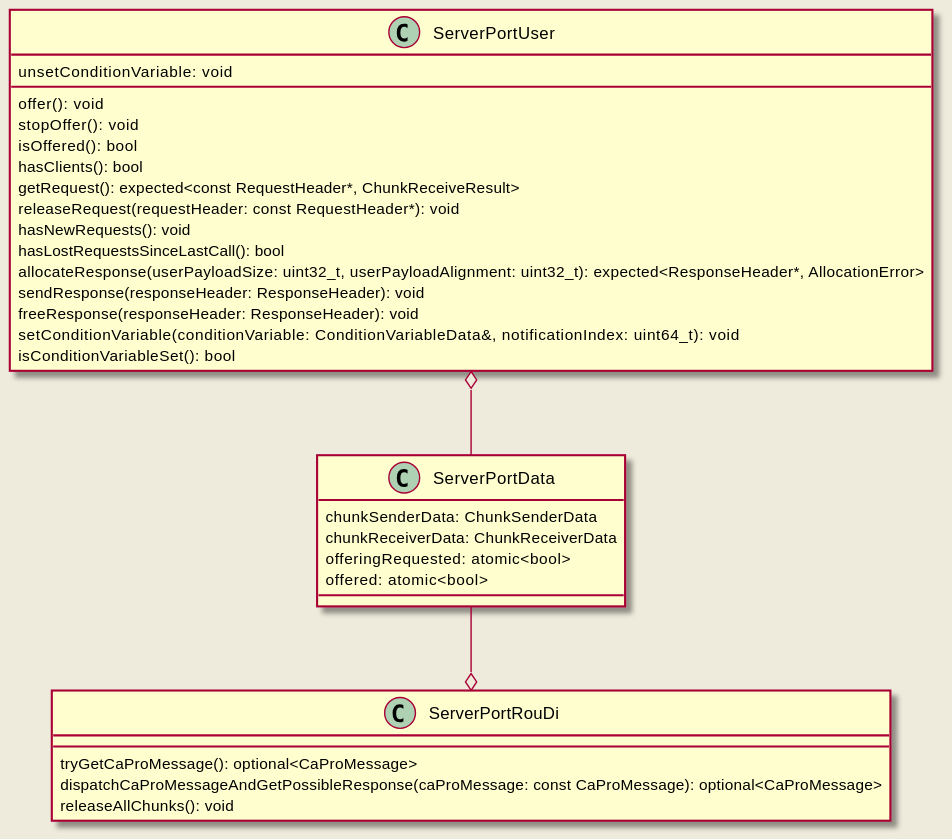
eclipse-iceoryx/iceoryx keeps this PlantUML diagram as doc/design/diagrams/request_response/server_port.svg. Above is the earlier version. Its source is kept beside it as doc/design/diagrams/request_response/server_port.puml.
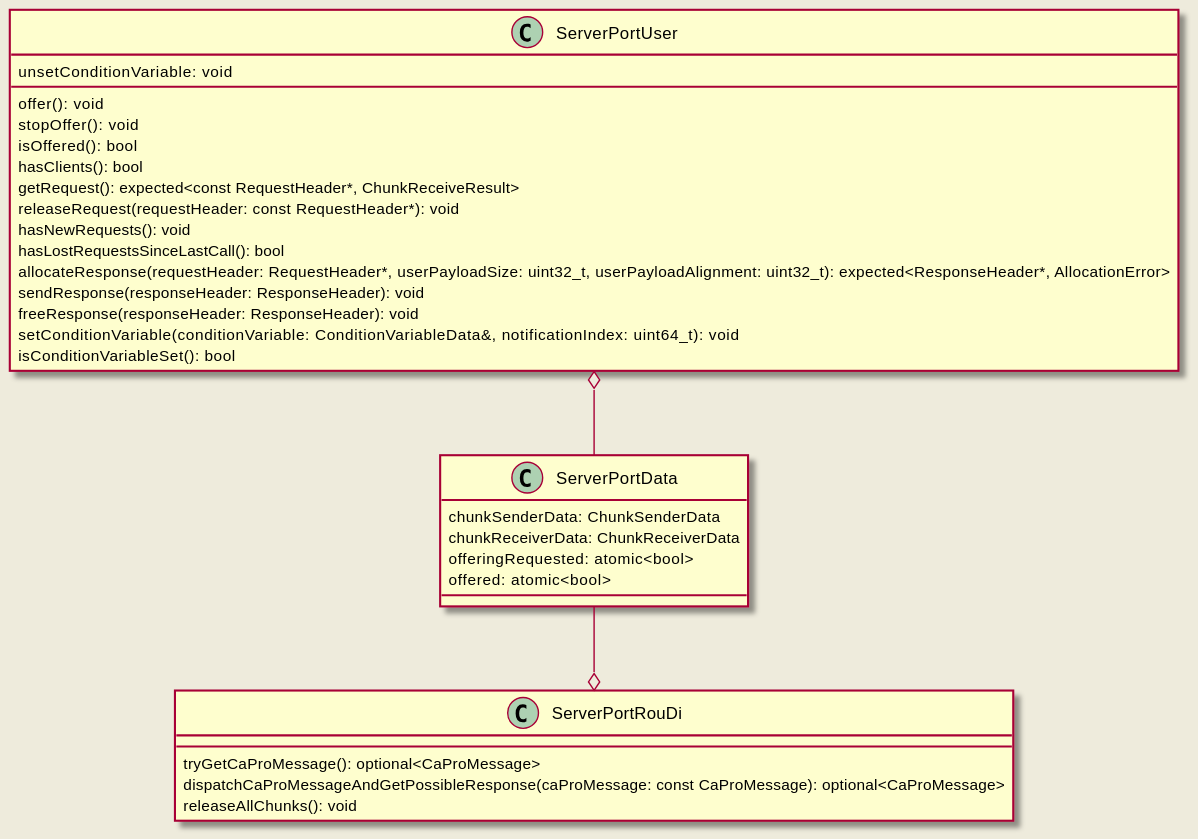
Later version of the same file.

Diff of the diagram source:
```diff
@@ -17,7 +17,7 @@
   releaseRequest(requestHeader: const RequestHeader*): void
   hasNewRequests(): void
   hasLostRequestsSinceLastCall(): bool
-  allocateResponse(userPayloadSize: uint32_t, userPayloadAlignment: uint32_t): expected<ResponseHeader*, AllocationError>
+  allocateResponse(requestHeader: RequestHeader*, userPayloadSize: uint32_t, userPayloadAlignment: uint32_t): expected<ResponseHeader*, AllocationError>
   sendResponse(responseHeader: ResponseHeader): void
   freeResponse(responseHeader: ResponseHeader): void
   setConditionVariable(conditionVariable: ConditionVariableData&, notificationIndex: uint64_t): void
```
